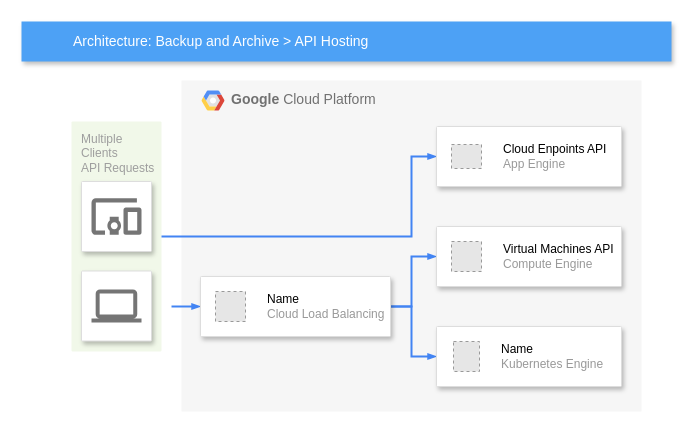
Before: Untitled Diagram.drawio in raihanfr21/EyeTify-Project, a draw.io diagram. Source tidied: cells renumbered, new cells numbered last; positions are measured from the earlier drawing's top-left corner, leaving out a move shared by most shapes. Both pictures are drawn from the tidied source at 100%, with x=0, y=0 at pixel (21, 21). Pictures stored in the file or linked from it are replaced by grey dashed boxes.
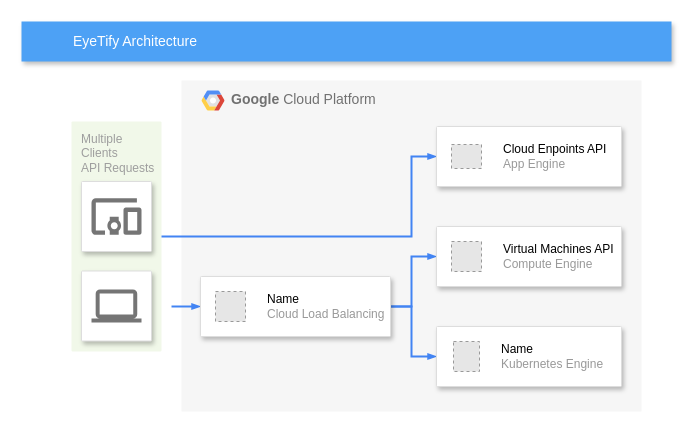
Above is the later version.

Change to the diagram source:
```diff
@@
-    <mxCell id="5" value="Architecture: Backup and Archive &amp;gt; API Hosting" style="fillColor=#4DA1F5;strokeColor=none;shadow=1;gradientColor=none;fontSize=14;align=left;spacingLeft=50;fontColor=#ffffff;html=1;" parent="1" vertex="1">
+    <mxCell id="5" value="EyeTify Architecture" style="fillColor=#4DA1F5;strokeColor=none;shadow=1;gradientColor=none;fontSize=14;align=left;spacingLeft=50;fontColor=#ffffff;html=1;" parent="1" vertex="1">
       <mxGeometry width="650" height="40" as="geometry" />
     </mxCell>
```
